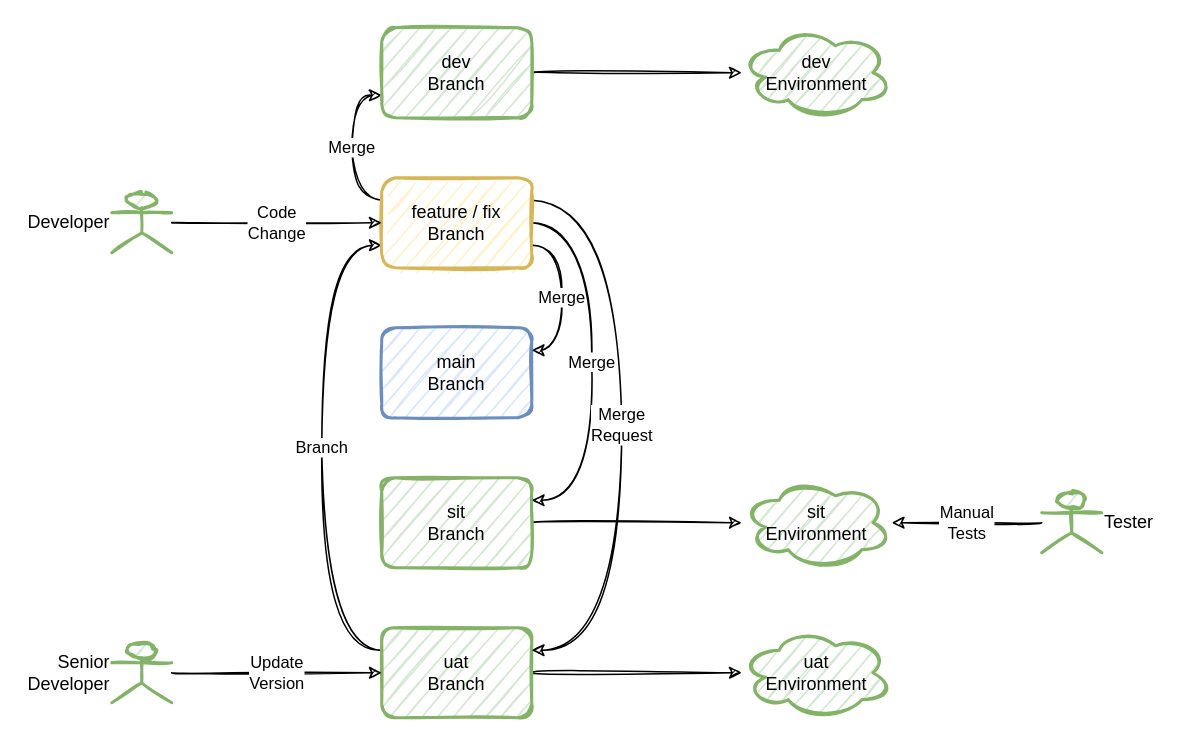
Earlier version of the draw.io diagram page "04-Hotfix Flow" (5 of 7) of gitlab-flow.drawio (andylke/docs-gitlab-flow). Source tidied: cells renumbered, new cells numbered last; positions are measured from the earlier drawing's top-left corner, leaving out a move shared by most shapes. Both pictures are drawn from the tidied source at 150%, with x=0, y=0 at pixel (111, 27).
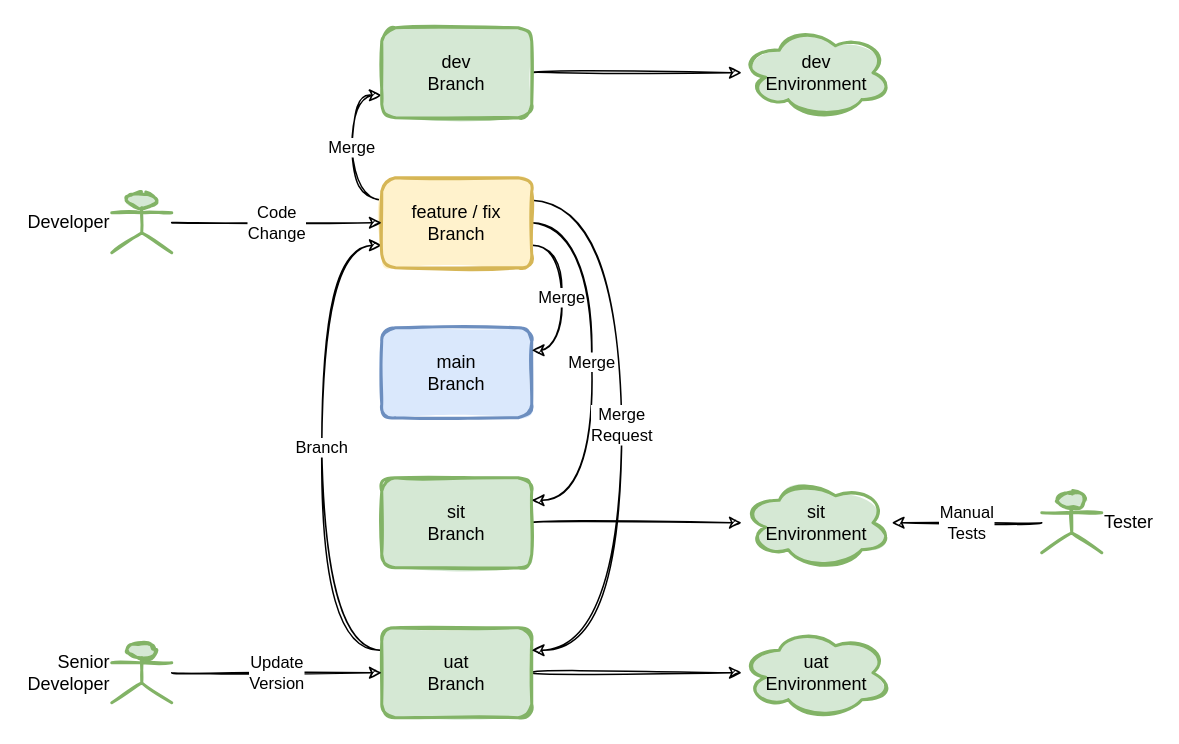
The same diagram, later.

Change to the diagram source:
```diff
@@
-    <mxCell id="4" value="uat&lt;br&gt;Branch" style="rounded=1;whiteSpace=wrap;html=1;sketch=1;fontSize=12;strokeColor=#82b366;strokeWidth=2;fillColor=#d5e8d4;" parent="1" vertex="1">
+    <mxCell id="4" value="uat&lt;br&gt;Branch" style="rounded=1;whiteSpace=wrap;html=1;sketch=1;fontSize=12;strokeColor=#82b366;strokeWidth=2;fillColor=#d5e8d4;fillStyle=solid;" parent="1" vertex="1">
       <mxGeometry x="180" y="400" width="100" height="60" as="geometry" />
     </mxCell>
@@
-    <mxCell id="6" value="sit&lt;br&gt;Branch" style="rounded=1;whiteSpace=wrap;html=1;sketch=1;fontSize=12;strokeColor=#82b366;strokeWidth=2;fillColor=#d5e8d4;" parent="1" vertex="1">
+    <mxCell id="6" value="sit&lt;br&gt;Branch" style="rounded=1;whiteSpace=wrap;html=1;sketch=1;fontSize=12;strokeColor=#82b366;strokeWidth=2;fillColor=#d5e8d4;fillStyle=solid;" parent="1" vertex="1">
       <mxGeometry x="180" y="300" width="100" height="60" as="geometry" />
     </mxCell>
-    <mxCell id="7" value="main&lt;br&gt;Branch" style="rounded=1;whiteSpace=wrap;html=1;sketch=1;fontSize=12;strokeColor=#6c8ebf;strokeWidth=2;fillColor=#dae8fc;" parent="1" vertex="1">
+    <mxCell id="7" value="main&lt;br&gt;Branch" style="rounded=1;whiteSpace=wrap;html=1;sketch=1;fontSize=12;strokeColor=#6c8ebf;strokeWidth=2;fillColor=#dae8fc;fillStyle=solid;" parent="1" vertex="1">
       <mxGeometry x="180" y="200" width="100" height="60" as="geometry" />
     </mxCell>
@@
-    <mxCell id="12" value="feature / fix&lt;br&gt;Branch" style="rounded=1;whiteSpace=wrap;html=1;sketch=1;fontSize=12;strokeColor=#d6b656;strokeWidth=2;fillColor=#fff2cc;" parent="1" vertex="1">
+    <mxCell id="12" value="feature / fix&lt;br&gt;Branch" style="rounded=1;whiteSpace=wrap;html=1;sketch=1;fontSize=12;strokeColor=#d6b656;strokeWidth=2;fillColor=#fff2cc;fillStyle=solid;" parent="1" vertex="1">
       <mxGeometry x="180" y="100" width="100" height="60" as="geometry" />
     </mxCell>
@@
-    <mxCell id="14" value="dev&lt;br&gt;Branch" style="rounded=1;whiteSpace=wrap;html=1;sketch=1;fontSize=12;strokeColor=#82b366;strokeWidth=2;fillColor=#d5e8d4;" parent="1" vertex="1">
+    <mxCell id="14" value="dev&lt;br&gt;Branch" style="rounded=1;whiteSpace=wrap;html=1;sketch=1;fontSize=12;strokeColor=#82b366;strokeWidth=2;fillColor=#d5e8d4;fillStyle=solid;" parent="1" vertex="1">
       <mxGeometry x="180" width="100" height="60" as="geometry" />
     </mxCell>
-    <mxCell id="15" value="dev&lt;br&gt;Environment" style="ellipse;shape=cloud;whiteSpace=wrap;html=1;rounded=1;sketch=1;fontSize=12;strokeColor=#82b366;strokeWidth=2;fillColor=#d5e8d4;" parent="1" vertex="1">
+    <mxCell id="15" value="dev&lt;br&gt;Environment" style="ellipse;shape=cloud;whiteSpace=wrap;html=1;rounded=1;sketch=1;fontSize=12;strokeColor=#82b366;strokeWidth=2;fillColor=#d5e8d4;fillStyle=solid;" parent="1" vertex="1">
       <mxGeometry x="420" width="100" height="60" as="geometry" />
     </mxCell>
-    <mxCell id="16" value="sit&lt;br&gt;Environment" style="ellipse;shape=cloud;whiteSpace=wrap;html=1;rounded=1;sketch=1;fontSize=12;strokeColor=#82b366;strokeWidth=2;fillColor=#d5e8d4;" parent="1" vertex="1">
+    <mxCell id="16" value="sit&lt;br&gt;Environment" style="ellipse;shape=cloud;whiteSpace=wrap;html=1;rounded=1;sketch=1;fontSize=12;strokeColor=#82b366;strokeWidth=2;fillColor=#d5e8d4;fillStyle=solid;" parent="1" vertex="1">
       <mxGeometry x="420" y="300" width="100" height="60" as="geometry" />
     </mxCell>
-    <mxCell id="17" value="uat&lt;br&gt;Environment" style="ellipse;shape=cloud;whiteSpace=wrap;html=1;rounded=1;sketch=1;fontSize=12;strokeColor=#82b366;strokeWidth=2;fillColor=#d5e8d4;" parent="1" vertex="1">
+    <mxCell id="17" value="uat&lt;br&gt;Environment" style="ellipse;shape=cloud;whiteSpace=wrap;html=1;rounded=1;sketch=1;fontSize=12;strokeColor=#82b366;strokeWidth=2;fillColor=#d5e8d4;fillStyle=solid;" parent="1" vertex="1">
       <mxGeometry x="420" y="400" width="100" height="60" as="geometry" />
     </mxCell>
@@
-    <mxCell id="19" value="Developer" style="shape=umlActor;verticalLabelPosition=middle;verticalAlign=middle;html=1;outlineConnect=0;sketch=1;labelPosition=left;align=right;fillColor=#d5e8d4;strokeColor=#82b366;strokeWidth=2;" parent="1" vertex="1">
+    <mxCell id="19" value="Developer" style="shape=umlActor;verticalLabelPosition=middle;verticalAlign=middle;html=1;outlineConnect=0;sketch=1;labelPosition=left;align=right;fillColor=#d5e8d4;strokeColor=#82b366;strokeWidth=2;fillStyle=solid;" parent="1" vertex="1">
       <mxGeometry y="110" width="40" height="40" as="geometry" />
     </mxCell>
@@
-    <mxCell id="21" value="Senior&lt;br&gt;Developer" style="shape=umlActor;verticalLabelPosition=middle;verticalAlign=middle;html=1;outlineConnect=0;sketch=1;labelPosition=left;align=right;strokeWidth=2;fillColor=#d5e8d4;strokeColor=#82b366;" parent="1" vertex="1">
+    <mxCell id="21" value="Senior&lt;br&gt;Developer" style="shape=umlActor;verticalLabelPosition=middle;verticalAlign=middle;html=1;outlineConnect=0;sketch=1;labelPosition=left;align=right;strokeWidth=2;fillColor=#d5e8d4;strokeColor=#82b366;fillStyle=solid;" parent="1" vertex="1">
       <mxGeometry y="410" width="40" height="40" as="geometry" />
     </mxCell>
@@
-    <mxCell id="23" value="Tester" style="shape=umlActor;verticalLabelPosition=middle;verticalAlign=middle;html=1;outlineConnect=0;sketch=1;labelPosition=right;align=left;fillColor=#d5e8d4;strokeColor=#82b366;strokeWidth=2;" parent="1" vertex="1">
+    <mxCell id="23" value="Tester" style="shape=umlActor;verticalLabelPosition=middle;verticalAlign=middle;html=1;outlineConnect=0;sketch=1;labelPosition=right;align=left;fillColor=#d5e8d4;strokeColor=#82b366;strokeWidth=2;fillStyle=solid;" parent="1" vertex="1">
       <mxGeometry x="620" y="310" width="40" height="40" as="geometry" />
     </mxCell>
```
